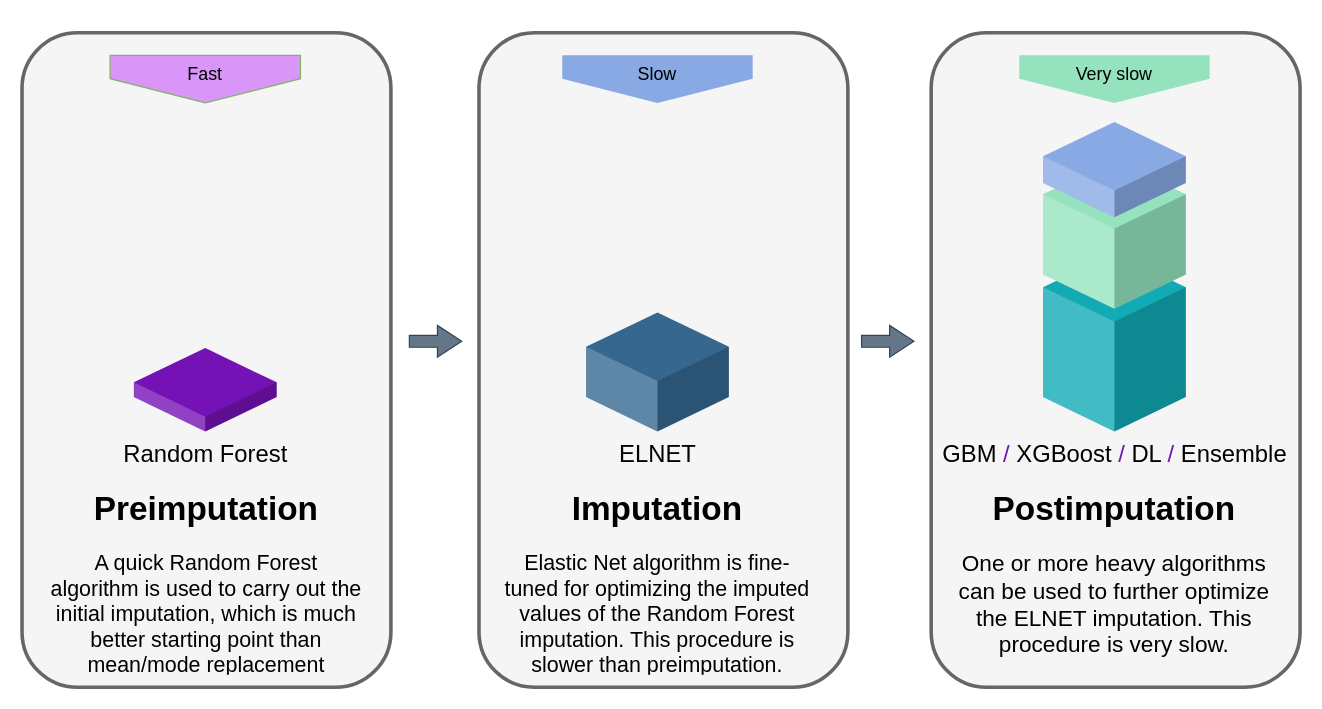
This is man/figures/procedure3.drawio from haghish/mlim, a draw.io file, before an edit. Source tidied: cells renumbered, new cells numbered last; positions are measured from the earlier drawing's top-left corner, leaving out a move shared by most shapes. Both pictures are drawn from the tidied source at 119%, with x=0, y=0 at pixel (21, 32).
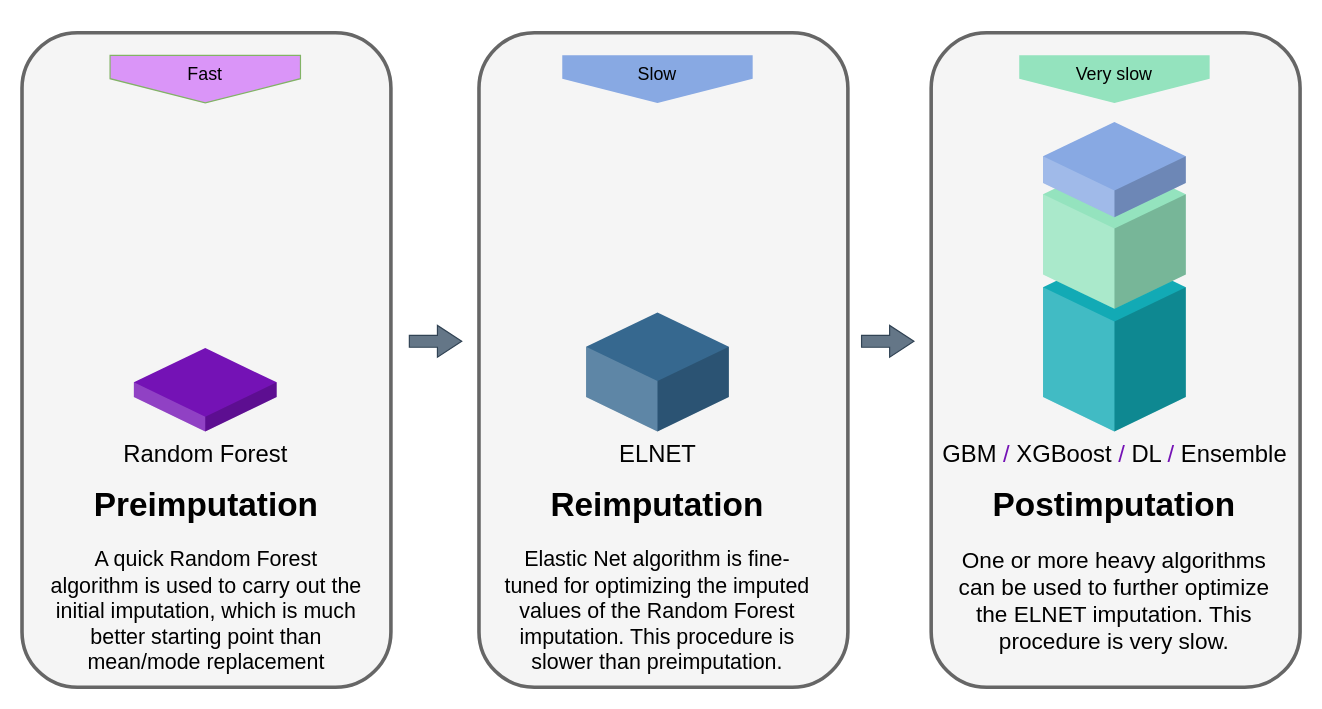
The same page after the edit.

What changed in the source:
```diff
@@
     <mxCell id="4" value="&lt;h1&gt;Preimputation&lt;/h1&gt;&lt;p&gt;&lt;font style=&quot;font-size: 18px;&quot;&gt;A quick Random Forest algorithm is used to carry out the initial imputation, which is much better starting point than mean/mode replacement&lt;/font&gt;&lt;/p&gt;" style="text;html=1;spacing=5;spacingTop=-20;whiteSpace=wrap;overflow=hidden;strokeWidth=2;fillColor=none;gradientColor=none;fontSize=14;align=center;" parent="1" vertex="1">
-      <mxGeometry x="20" y="375" width="270" height="165" as="geometry" />
+      <mxGeometry x="20" y="372" width="270" height="174" as="geometry" />
     </mxCell>
@@
-    <mxCell id="11" value="&lt;h1&gt;Imputation&lt;/h1&gt;&lt;p&gt;&lt;font style=&quot;font-size: 18px;&quot;&gt;Elastic Net algorithm is fine-tuned for optimizing the imputed values of the Random Forest imputation. This procedure is slower than preimputation.&lt;/font&gt;&lt;/p&gt;" style="text;html=1;spacing=5;spacingTop=-20;whiteSpace=wrap;overflow=hidden;strokeWidth=2;fillColor=none;gradientColor=none;fontSize=14;align=center;" parent="1" vertex="1">
-      <mxGeometry x="399" y="375" width="270" height="165" as="geometry" />
+    <mxCell id="11" value="&lt;h1&gt;Reimputation&lt;/h1&gt;&lt;p&gt;&lt;font style=&quot;font-size: 18px;&quot;&gt;Elastic Net algorithm is fine-tuned for optimizing the imputed values of the Random Forest imputation. This procedure is slower than preimputation.&lt;/font&gt;&lt;/p&gt;" style="text;html=1;spacing=5;spacingTop=-20;whiteSpace=wrap;overflow=hidden;strokeWidth=2;fillColor=none;gradientColor=none;fontSize=14;align=center;" parent="1" vertex="1">
+      <mxGeometry x="399" y="372" width="270" height="175" as="geometry" />
     </mxCell>
@@
     <mxCell id="17" value="&lt;h1&gt;Postimputation&lt;/h1&gt;&lt;p&gt;&lt;font style=&quot;font-size: 19px;&quot;&gt;One or more heavy algorithms can be used to further optimize the ELNET imputation. This procedure is very slow.&lt;/font&gt;&lt;/p&gt;" style="text;html=1;spacing=5;spacingTop=-20;whiteSpace=wrap;overflow=hidden;strokeWidth=2;fillColor=none;gradientColor=none;fontSize=14;align=center;" parent="1" vertex="1">
-      <mxGeometry x="783" y="375" width="270" height="165" as="geometry" />
+      <mxGeometry x="783" y="372" width="270" height="165" as="geometry" />
     </mxCell>
```
